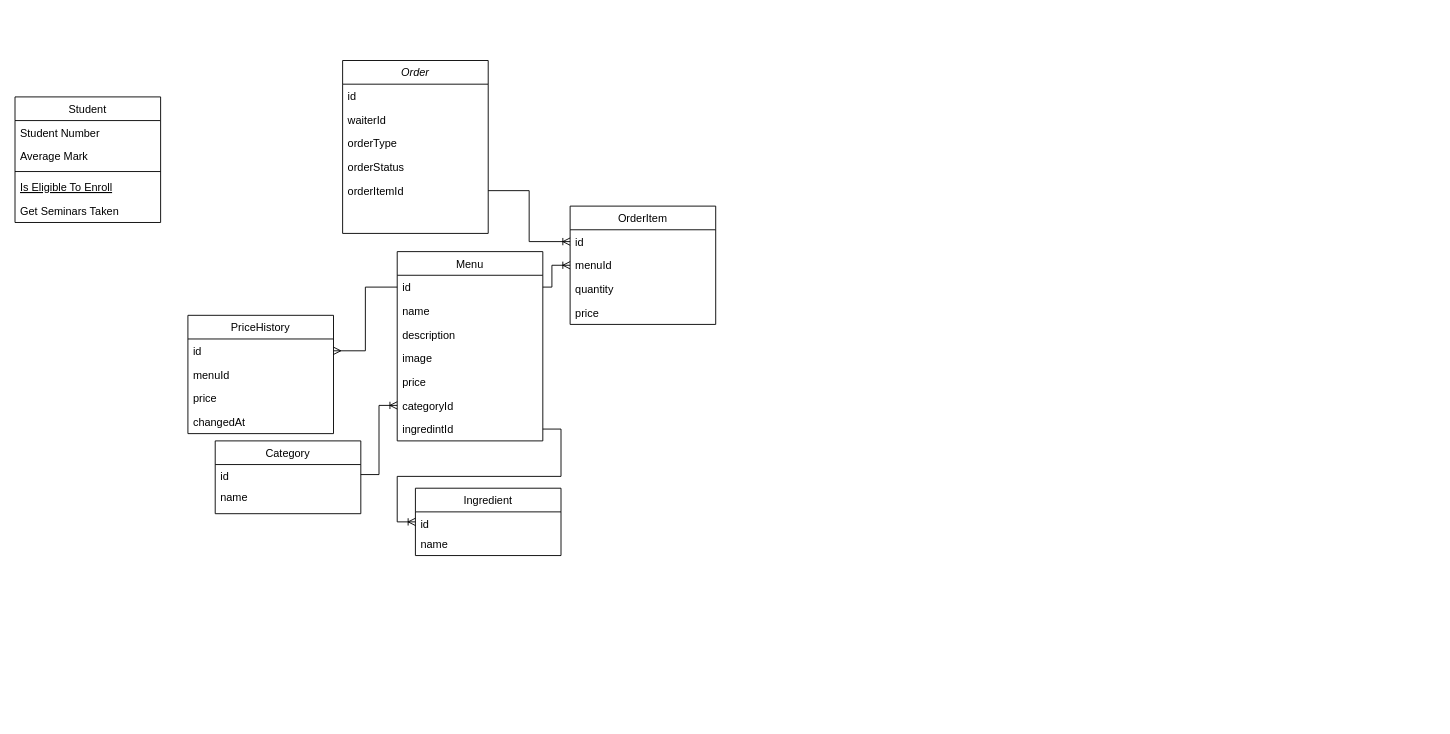
Earlier version of the draw.io diagram Untitled Diagram.drawio (Samtes64/Samtes64). Source tidied: cells renumbered, new cells numbered last; positions are measured from the earlier drawing's top-left corner, leaving out a move shared by most shapes. Both pictures are drawn from the tidied source at 91%, with x=0, y=0 at pixel (15, 60).
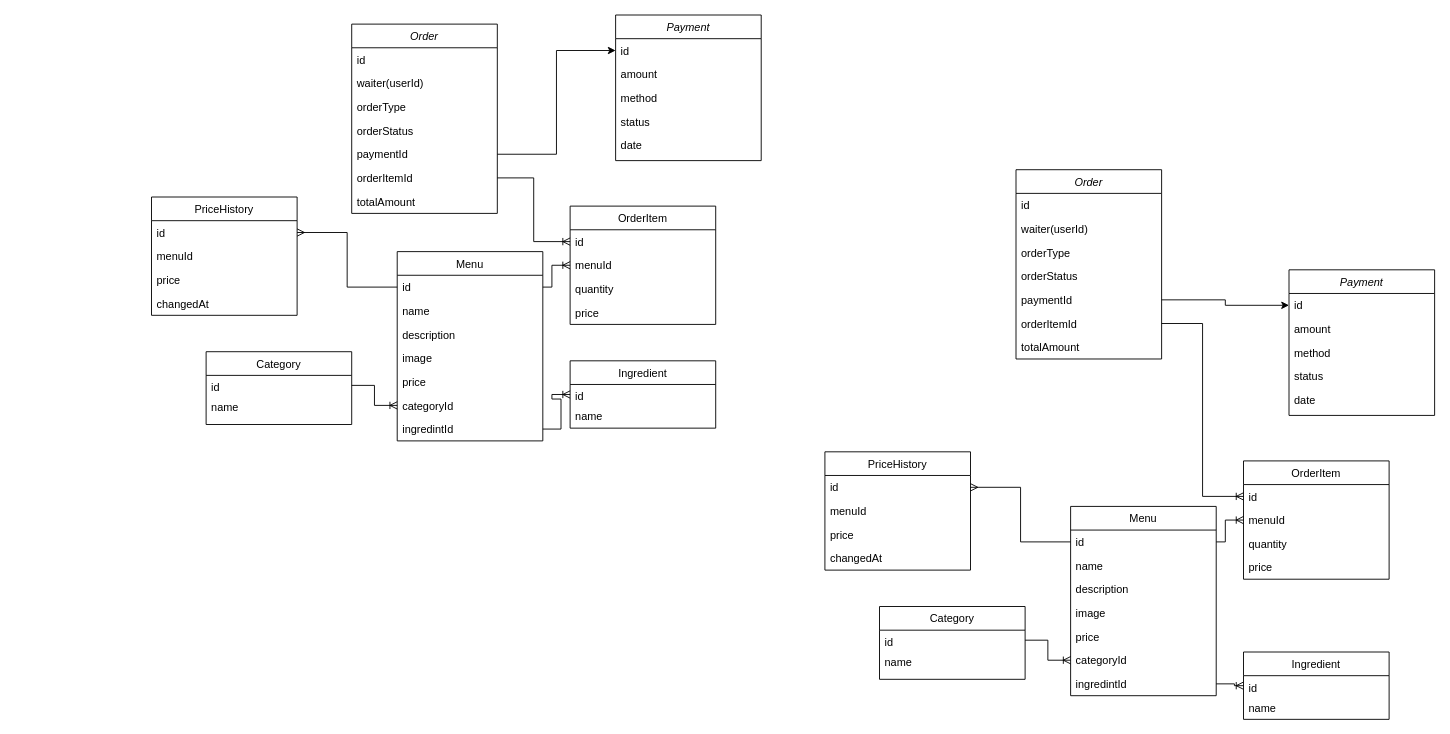
The same diagram, later.

What changed in the source:
```diff
@@
     <mxCell id="2" value="Order" style="swimlane;fontStyle=2;align=center;verticalAlign=top;horizontal=1;startSize=26;rounded=0;shadow=0;strokeWidth=1;" parent="1" vertex="1">
-      <mxGeometry x="360" width="160" height="190" as="geometry" />
+      <mxGeometry x="370" y="-40" width="160" height="208" as="geometry" />
     </mxCell>
@@
-    <mxCell id="4" value="waiterId" style="text;align=left;verticalAlign=top;spacingLeft=4;spacingRight=4;overflow=hidden;rounded=0;shadow=0;html=0;" parent="2" vertex="1">
+    <mxCell id="4" value="waiter(userId)" style="text;align=left;verticalAlign=top;spacingLeft=4;spacingRight=4;overflow=hidden;rounded=0;shadow=0;html=0;" parent="2" vertex="1">
       <mxGeometry y="52" width="160" height="26" as="geometry" />
     </mxCell>
@@
+    <mxCell id="43" value="paymentId" style="text;align=left;verticalAlign=top;spacingLeft=4;spacingRight=4;overflow=hidden;points=[[0,0.5],[1,0.5]];portConstraint=eastwest;rounded=0;shadow=0;html=0;" parent="2" vertex="1">
+      <mxGeometry y="130" width="160" height="26" as="geometry" />
+    </mxCell>
     <mxCell id="7" value="orderItemId" style="text;align=left;verticalAlign=top;spacingLeft=4;spacingRight=4;overflow=hidden;points=[[0,0.5],[1,0.5]];portConstraint=eastwest;rounded=0;shadow=0;html=0;" parent="2" vertex="1">
-      <mxGeometry y="130" width="160" height="26" as="geometry" />
+      <mxGeometry y="156" width="160" height="26" as="geometry" />
     </mxCell>
-    <mxCell id="8" value="Student" style="swimlane;fontStyle=0;align=center;verticalAlign=top;horizontal=1;startSize=26;rounded=0;shadow=0;strokeWidth=1;" parent="1" vertex="1">
-      <mxGeometry y="40" width="160" height="138" as="geometry" />
-    </mxCell>
-    <mxCell id="9" value="Student Number" style="text;align=left;verticalAlign=top;spacingLeft=4;spacingRight=4;overflow=hidden;" parent="8" vertex="1">
-      <mxGeometry y="26" width="160" height="26" as="geometry" />
-    </mxCell>
-    <mxCell id="10" value="Average Mark" style="text;align=left;verticalAlign=top;spacingLeft=4;spacingRight=4;overflow=hidden;rounded=0;shadow=0;html=0;" parent="8" vertex="1">
-      <mxGeometry y="52" width="160" height="26" as="geometry" />
-    </mxCell>
-    <mxCell id="11" style="line;html=1;strokeWidth=1;align=left;verticalAlign=middle;spacingTop=-1;spacingLeft=3;spacingRight=3;labelPosition=right;" parent="8" vertex="1">
-      <mxGeometry y="78" width="160" height="8" as="geometry" />
-    </mxCell>
-    <mxCell id="12" value="Is Eligible To Enroll" style="text;align=left;verticalAlign=top;spacingLeft=4;spacingRight=4;overflow=hidden;fontStyle=4;" parent="8" vertex="1">
-      <mxGeometry y="86" width="160" height="26" as="geometry" />
-    </mxCell>
-    <mxCell id="13" value="Get Seminars Taken" style="text;align=left;verticalAlign=top;spacingLeft=4;spacingRight=4;overflow=hidden;" parent="8" vertex="1">
-      <mxGeometry y="112" width="160" height="26" as="geometry" />
-    </mxCell>
+    <mxCell id="44" value="totalAmount" style="text;align=left;verticalAlign=top;spacingLeft=4;spacingRight=4;overflow=hidden;rounded=0;shadow=0;html=0;" parent="2" vertex="1">
+      <mxGeometry y="182" width="160" height="26" as="geometry" />
+    </mxCell>
@@
     <mxCell id="27" value="Ingredient" style="swimlane;fontStyle=0;align=center;verticalAlign=top;horizontal=1;startSize=26;rounded=0;shadow=0;strokeWidth=1;" parent="1" vertex="1">
-      <mxGeometry x="440" y="470" width="160" height="74" as="geometry" />
+      <mxGeometry x="610" y="330" width="160" height="74" as="geometry" />
     </mxCell>
@@
     <mxCell id="30" value="Category" style="swimlane;fontStyle=0;align=center;verticalAlign=top;horizontal=1;startSize=26;rounded=0;shadow=0;strokeWidth=1;" parent="1" vertex="1">
-      <mxGeometry x="220" y="418" width="160" height="80" as="geometry" />
+      <mxGeometry x="210" y="320" width="160" height="80" as="geometry" />
     </mxCell>
@@
     <mxCell id="35" value="PriceHistory" style="swimlane;fontStyle=0;align=center;verticalAlign=top;horizontal=1;startSize=26;rounded=0;shadow=0;strokeWidth=1;" parent="1" vertex="1">
-      <mxGeometry x="190" y="280" width="160" height="130" as="geometry" />
+      <mxGeometry x="150" y="150" width="160" height="130" as="geometry" />
     </mxCell>
@@
+    <mxCell id="45" value="Payment" style="swimlane;fontStyle=2;align=center;verticalAlign=top;horizontal=1;startSize=26;rounded=0;shadow=0;strokeWidth=1;" parent="1" vertex="1">
+      <mxGeometry x="660" y="-50" width="160" height="160" as="geometry" />
+    </mxCell>
+    <mxCell id="46" value="id" style="text;align=left;verticalAlign=top;spacingLeft=4;spacingRight=4;overflow=hidden;points=[[0,0.5],[1,0.5]];portConstraint=eastwest;" parent="45" vertex="1">
+      <mxGeometry y="26" width="160" height="26" as="geometry" />
+    </mxCell>
+    <mxCell id="47" value="amount" style="text;align=left;verticalAlign=top;spacingLeft=4;spacingRight=4;overflow=hidden;rounded=0;shadow=0;html=0;" parent="45" vertex="1">
+      <mxGeometry y="52" width="160" height="26" as="geometry" />
+    </mxCell>
+    <mxCell id="48" value="method" style="text;align=left;verticalAlign=top;spacingLeft=4;spacingRight=4;overflow=hidden;rounded=0;shadow=0;html=0;" parent="45" vertex="1">
+      <mxGeometry y="78" width="160" height="26" as="geometry" />
+    </mxCell>
+    <mxCell id="49" value="status" style="text;align=left;verticalAlign=top;spacingLeft=4;spacingRight=4;overflow=hidden;rounded=0;shadow=0;html=0;" parent="45" vertex="1">
+      <mxGeometry y="104" width="160" height="26" as="geometry" />
+    </mxCell>
+    <mxCell id="50" value="date" style="text;align=left;verticalAlign=top;spacingLeft=4;spacingRight=4;overflow=hidden;rounded=0;shadow=0;html=0;" parent="45" vertex="1">
+      <mxGeometry y="130" width="160" height="26" as="geometry" />
+    </mxCell>
+    <mxCell id="51" style="edgeStyle=orthogonalEdgeStyle;rounded=0;jettySize=auto;html=1;" parent="1" edge="1" source="43" target="46">
+      <mxGeometry relative="1" as="geometry" />
+    </mxCell>
+    <mxCell id="52" value="Order" style="swimlane;fontStyle=2;align=center;verticalAlign=top;horizontal=1;startSize=26;rounded=0;shadow=0;strokeWidth=1;" parent="1" vertex="1">
+      <mxGeometry x="1100" y="120" width="160" height="208" as="geometry" />
+    </mxCell>
+    <mxCell id="53" value="id" style="text;align=left;verticalAlign=top;spacingLeft=4;spacingRight=4;overflow=hidden;" parent="52" vertex="1">
+      <mxGeometry y="26" width="160" height="26" as="geometry" />
+    </mxCell>
+    <mxCell id="54" value="waiter(userId)" style="text;align=left;verticalAlign=top;spacingLeft=4;spacingRight=4;overflow=hidden;rounded=0;shadow=0;html=0;" parent="52" vertex="1">
+      <mxGeometry y="52" width="160" height="26" as="geometry" />
+    </mxCell>
+    <mxCell id="55" value="orderType" style="text;align=left;verticalAlign=top;spacingLeft=4;spacingRight=4;overflow=hidden;rounded=0;shadow=0;html=0;" parent="52" vertex="1">
+      <mxGeometry y="78" width="160" height="26" as="geometry" />
+    </mxCell>
+    <mxCell id="56" value="orderStatus" style="text;align=left;verticalAlign=top;spacingLeft=4;spacingRight=4;overflow=hidden;rounded=0;shadow=0;html=0;" parent="52" vertex="1">
+      <mxGeometry y="104" width="160" height="26" as="geometry" />
+    </mxCell>
+    <mxCell id="57" value="paymentId" style="text;align=left;verticalAlign=top;spacingLeft=4;spacingRight=4;overflow=hidden;points=[[0,0.5],[1,0.5]];portConstraint=eastwest;rounded=0;shadow=0;html=0;" parent="52" vertex="1">
+      <mxGeometry y="130" width="160" height="26" as="geometry" />
+    </mxCell>
+    <mxCell id="58" value="orderItemId" style="text;align=left;verticalAlign=top;spacingLeft=4;spacingRight=4;overflow=hidden;points=[[0,0.5],[1,0.5]];portConstraint=eastwest;rounded=0;shadow=0;html=0;" parent="52" vertex="1">
+      <mxGeometry y="156" width="160" height="26" as="geometry" />
+    </mxCell>
+    <mxCell id="59" value="totalAmount" style="text;align=left;verticalAlign=top;spacingLeft=4;spacingRight=4;overflow=hidden;rounded=0;shadow=0;html=0;" parent="52" vertex="1">
+      <mxGeometry y="182" width="160" height="26" as="geometry" />
+    </mxCell>
+    <mxCell id="60" value="OrderItem" style="swimlane;fontStyle=0;align=center;verticalAlign=top;horizontal=1;startSize=26;rounded=0;shadow=0;strokeWidth=1;" parent="1" vertex="1">
+      <mxGeometry x="1350" y="440" width="160" height="130" as="geometry" />
+    </mxCell>
+    <mxCell id="61" value="id" style="text;align=left;verticalAlign=top;spacingLeft=4;spacingRight=4;overflow=hidden;points=[[0,0.5],[1,0.5]];portConstraint=eastwest;" parent="60" vertex="1">
+      <mxGeometry y="26" width="160" height="26" as="geometry" />
+    </mxCell>
+    <mxCell id="62" value="menuId" style="text;align=left;verticalAlign=top;spacingLeft=4;spacingRight=4;overflow=hidden;points=[[0,0.5],[1,0.5]];portConstraint=eastwest;rounded=0;shadow=0;html=0;" parent="60" vertex="1">
+      <mxGeometry y="52" width="160" height="26" as="geometry" />
+    </mxCell>
+    <mxCell id="63" value="quantity" style="text;align=left;verticalAlign=top;spacingLeft=4;spacingRight=4;overflow=hidden;rounded=0;shadow=0;html=0;" parent="60" vertex="1">
+      <mxGeometry y="78" width="160" height="26" as="geometry" />
+    </mxCell>
+    <mxCell id="64" value="price" style="text;align=left;verticalAlign=top;spacingLeft=4;spacingRight=4;overflow=hidden;rounded=0;shadow=0;html=0;" parent="60" vertex="1">
+      <mxGeometry y="104" width="160" height="26" as="geometry" />
+    </mxCell>
+    <mxCell id="65" value="Menu" style="swimlane;fontStyle=0;align=center;verticalAlign=top;horizontal=1;startSize=26;rounded=0;shadow=0;strokeWidth=1;" parent="1" vertex="1">
+      <mxGeometry x="1160" y="490" width="160" height="208" as="geometry" />
+    </mxCell>
+    <mxCell id="66" value="id" style="text;align=left;verticalAlign=top;spacingLeft=4;spacingRight=4;overflow=hidden;points=[[0,0.5],[1,0.5]];portConstraint=eastwest;" parent="65" vertex="1">
+      <mxGeometry y="26" width="160" height="26" as="geometry" />
+    </mxCell>
+    <mxCell id="67" value="name" style="text;align=left;verticalAlign=top;spacingLeft=4;spacingRight=4;overflow=hidden;rounded=0;shadow=0;html=0;" parent="65" vertex="1">
+      <mxGeometry y="52" width="160" height="26" as="geometry" />
+    </mxCell>
+    <mxCell id="68" value="description" style="text;align=left;verticalAlign=top;spacingLeft=4;spacingRight=4;overflow=hidden;rounded=0;shadow=0;html=0;" parent="65" vertex="1">
+      <mxGeometry y="78" width="160" height="26" as="geometry" />
+    </mxCell>
+    <mxCell id="69" value="image" style="text;align=left;verticalAlign=top;spacingLeft=4;spacingRight=4;overflow=hidden;rounded=0;shadow=0;html=0;" parent="65" vertex="1">
+      <mxGeometry y="104" width="160" height="26" as="geometry" />
+    </mxCell>
+    <mxCell id="70" value="price" style="text;align=left;verticalAlign=top;spacingLeft=4;spacingRight=4;overflow=hidden;rounded=0;shadow=0;html=0;" parent="65" vertex="1">
+      <mxGeometry y="130" width="160" height="26" as="geometry" />
+    </mxCell>
+    <mxCell id="71" value="categoryId" style="text;align=left;verticalAlign=top;spacingLeft=4;spacingRight=4;overflow=hidden;points=[[0,0.5],[1,0.5]];portConstraint=eastwest;rounded=0;shadow=0;html=0;" parent="65" vertex="1">
+      <mxGeometry y="156" width="160" height="26" as="geometry" />
+    </mxCell>
+    <mxCell id="72" value="ingredintId" style="text;align=left;verticalAlign=top;spacingLeft=4;spacingRight=4;overflow=hidden;points=[[0,0.5],[1,0.5]];portConstraint=eastwest;rounded=0;shadow=0;html=0;" parent="65" vertex="1">
+      <mxGeometry y="182" width="160" height="26" as="geometry" />
+    </mxCell>
+    <mxCell id="73" value="Ingredient" style="swimlane;fontStyle=0;align=center;verticalAlign=top;horizontal=1;startSize=26;rounded=0;shadow=0;strokeWidth=1;" parent="1" vertex="1">
+      <mxGeometry x="1350" y="650" width="160" height="74" as="geometry" />
+    </mxCell>
+    <mxCell id="74" value="id" style="text;align=left;verticalAlign=top;spacingLeft=4;spacingRight=4;overflow=hidden;points=[[0,0.5],[1,0.5]];portConstraint=eastwest;" parent="73" vertex="1">
+      <mxGeometry y="26" width="160" height="22" as="geometry" />
+    </mxCell>
+    <mxCell id="75" value="name" style="text;align=left;verticalAlign=top;spacingLeft=4;spacingRight=4;overflow=hidden;rounded=0;shadow=0;html=0;" parent="73" vertex="1">
+      <mxGeometry y="48" width="160" height="26" as="geometry" />
+    </mxCell>
+    <mxCell id="76" value="Category" style="swimlane;fontStyle=0;align=center;verticalAlign=top;horizontal=1;startSize=26;rounded=0;shadow=0;strokeWidth=1;" parent="1" vertex="1">
+      <mxGeometry x="950" y="600" width="160" height="80" as="geometry" />
+    </mxCell>
+    <mxCell id="77" value="id" style="text;align=left;verticalAlign=top;spacingLeft=4;spacingRight=4;overflow=hidden;points=[[0,0.5],[1,0.5]];portConstraint=eastwest;" parent="76" vertex="1">
+      <mxGeometry y="26" width="160" height="22" as="geometry" />
+    </mxCell>
+    <mxCell id="78" value="name" style="text;align=left;verticalAlign=top;spacingLeft=4;spacingRight=4;overflow=hidden;rounded=0;shadow=0;html=0;" parent="76" vertex="1">
+      <mxGeometry y="48" width="160" height="26" as="geometry" />
+    </mxCell>
+    <mxCell id="79" style="edgeStyle=orthogonalEdgeStyle;rounded=0;jettySize=auto;html=1;endArrow=ERoneToMany;endFill=0;" parent="1" edge="1" source="72" target="74">
+      <mxGeometry relative="1" as="geometry" />
+    </mxCell>
+    <mxCell id="80" style="edgeStyle=orthogonalEdgeStyle;rounded=0;jettySize=auto;html=1;endArrow=none;endFill=0;startArrow=ERoneToMany;startFill=0;" parent="1" edge="1" source="71" target="77">
+      <mxGeometry relative="1" as="geometry" />
+    </mxCell>
+    <mxCell id="81" value="PriceHistory" style="swimlane;fontStyle=0;align=center;verticalAlign=top;horizontal=1;startSize=26;rounded=0;shadow=0;strokeWidth=1;" parent="1" vertex="1">
+      <mxGeometry x="890" y="430" width="160" height="130" as="geometry" />
+    </mxCell>
+    <mxCell id="82" value="id" style="text;align=left;verticalAlign=top;spacingLeft=4;spacingRight=4;overflow=hidden;points=[[0,0.5],[1,0.5]];portConstraint=eastwest;" parent="81" vertex="1">
+      <mxGeometry y="26" width="160" height="26" as="geometry" />
+    </mxCell>
+    <mxCell id="83" value="menuId" style="text;align=left;verticalAlign=top;spacingLeft=4;spacingRight=4;overflow=hidden;rounded=0;shadow=0;html=0;" parent="81" vertex="1">
+      <mxGeometry y="52" width="160" height="26" as="geometry" />
+    </mxCell>
+    <mxCell id="84" value="price" style="text;align=left;verticalAlign=top;spacingLeft=4;spacingRight=4;overflow=hidden;rounded=0;shadow=0;html=0;" parent="81" vertex="1">
+      <mxGeometry y="78" width="160" height="26" as="geometry" />
+    </mxCell>
+    <mxCell id="85" value="changedAt" style="text;align=left;verticalAlign=top;spacingLeft=4;spacingRight=4;overflow=hidden;rounded=0;shadow=0;html=0;" parent="81" vertex="1">
+      <mxGeometry y="104" width="160" height="26" as="geometry" />
+    </mxCell>
+    <mxCell id="86" style="edgeStyle=orthogonalEdgeStyle;rounded=0;jettySize=auto;html=1;endArrow=none;endFill=0;startArrow=ERoneToMany;startFill=0;" parent="1" edge="1" source="62" target="66">
+      <mxGeometry relative="1" as="geometry" />
+    </mxCell>
+    <mxCell id="87" style="edgeStyle=orthogonalEdgeStyle;rounded=0;jettySize=auto;html=1;endArrow=ERmany;endFill=0;" parent="1" edge="1" source="66" target="82">
+      <mxGeometry relative="1" as="geometry" />
+    </mxCell>
+    <mxCell id="88" style="edgeStyle=orthogonalEdgeStyle;rounded=0;jettySize=auto;html=1;endArrow=ERoneToMany;endFill=0;" parent="1" edge="1" source="58" target="61">
+      <mxGeometry relative="1" as="geometry" />
+    </mxCell>
+    <mxCell id="89" value="Payment" style="swimlane;fontStyle=2;align=center;verticalAlign=top;horizontal=1;startSize=26;rounded=0;shadow=0;strokeWidth=1;" parent="1" vertex="1">
+      <mxGeometry x="1400" y="230" width="160" height="160" as="geometry" />
+    </mxCell>
+    <mxCell id="90" value="id" style="text;align=left;verticalAlign=top;spacingLeft=4;spacingRight=4;overflow=hidden;points=[[0,0.5],[1,0.5]];portConstraint=eastwest;" parent="89" vertex="1">
+      <mxGeometry y="26" width="160" height="26" as="geometry" />
+    </mxCell>
+    <mxCell id="91" value="amount" style="text;align=left;verticalAlign=top;spacingLeft=4;spacingRight=4;overflow=hidden;rounded=0;shadow=0;html=0;" parent="89" vertex="1">
+      <mxGeometry y="52" width="160" height="26" as="geometry" />
+    </mxCell>
+    <mxCell id="92" value="method" style="text;align=left;verticalAlign=top;spacingLeft=4;spacingRight=4;overflow=hidden;rounded=0;shadow=0;html=0;" parent="89" vertex="1">
+      <mxGeometry y="78" width="160" height="26" as="geometry" />
+    </mxCell>
+    <mxCell id="93" value="status" style="text;align=left;verticalAlign=top;spacingLeft=4;spacingRight=4;overflow=hidden;rounded=0;shadow=0;html=0;" parent="89" vertex="1">
+      <mxGeometry y="104" width="160" height="26" as="geometry" />
+    </mxCell>
+    <mxCell id="94" value="date" style="text;align=left;verticalAlign=top;spacingLeft=4;spacingRight=4;overflow=hidden;rounded=0;shadow=0;html=0;" parent="89" vertex="1">
+      <mxGeometry y="130" width="160" height="26" as="geometry" />
+    </mxCell>
+    <mxCell id="95" style="edgeStyle=orthogonalEdgeStyle;rounded=0;jettySize=auto;html=1;" parent="1" edge="1" source="57" target="90">
+      <mxGeometry relative="1" as="geometry" />
+    </mxCell>
```
